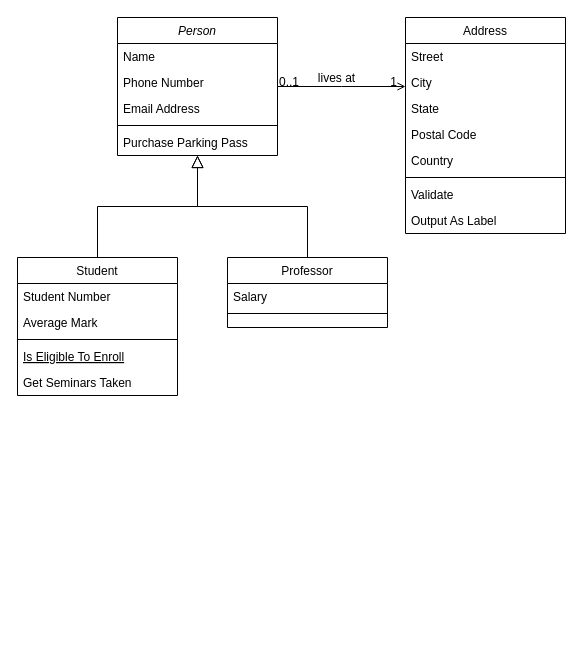
Earlier version of the draw.io diagram Untitled Diagram.drawio (3cmd9/OOPTestBank). Source tidied: cells renumbered, new cells numbered last; positions are measured from the earlier drawing's top-left corner, leaving out a move shared by most shapes. Both pictures are drawn from the tidied source at 100%, with x=0, y=0 at pixel (17, 17).
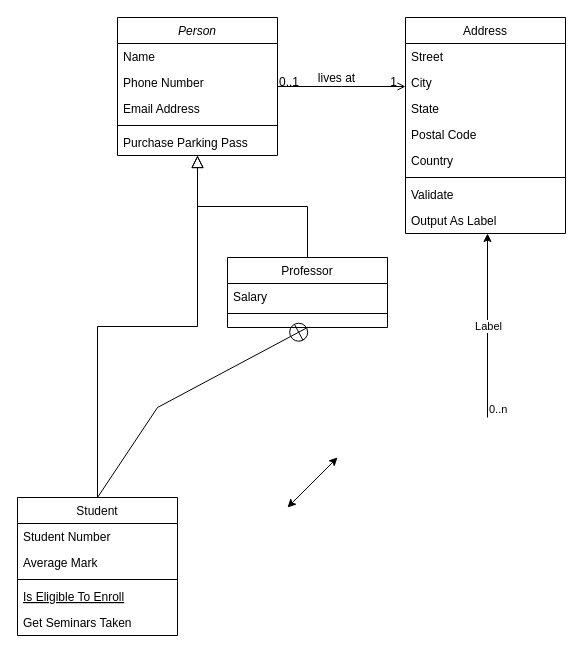
Above is the later version.

The change refers to these unchanged cells:
```xml
<mxCell id="2" value="Person" style="swimlane;fontStyle=2;align=center;verticalAlign=top;horizontal=1;startSize=26;rounded=0;shadow=0;strokeWidth=1;" parent="1" vertex="1">
  <mxGeometry x="100" width="160" height="138" as="geometry" />
</mxCell>
<mxCell id="15" value="Professor" style="swimlane;fontStyle=0;align=center;verticalAlign=top;horizontal=1;startSize=26;rounded=0;shadow=0;strokeWidth=1;" parent="1" vertex="1">
  <mxGeometry x="210" y="240" width="160" height="70" as="geometry" />
</mxCell>
```

Change to the diagram source:
```diff
@@
     <mxCell id="8" value="Student" style="swimlane;fontStyle=0;align=center;verticalAlign=top;horizontal=1;startSize=26;rounded=0;shadow=0;strokeWidth=1;" parent="1" vertex="1">
-      <mxGeometry y="240" width="160" height="138" as="geometry" />
+      <mxGeometry y="480" width="160" height="138" as="geometry" />
     </mxCell>
@@
-    <mxCell id="18" style="endArrow=block;endSize=10;endFill=0;shadow=0;strokeWidth=1;rounded=0;edgeStyle=elbowEdgeStyle;elbow=vertical;" parent="1" edge="1" source="15" target="2">
+    <mxCell id="18" style="endArrow=block;endSize=10;endFill=0;shadow=0;strokeWidth=1;rounded=0;edgeStyle=orthogonalEdgeStyle;elbow=vertical;" parent="1" edge="1" source="15" target="2">
       <mxGeometry relative="1" as="geometry" />
     </mxCell>
@@
+    <mxCell id="32" style="endArrow=circlePlus;startArrow=none;endFill=0;startFill=0;endSize=8;html=1;labelBackgroundColor=none;rounded=0;entryX=0.5;entryY=1;entryDx=0;entryDy=0;exitX=0.5;exitY=0;exitDx=0;exitDy=0;" parent="1" edge="1" source="8" target="15">
+      <mxGeometry relative="1" as="geometry">
+        <Array as="points">
+          <mxPoint x="140" y="390" />
+        </Array>
+      </mxGeometry>
+    </mxCell>
+    <mxCell id="33" style="endArrow=classic;startArrow=classic;html=1;rounded=0;" parent="1" edge="1">
+      <mxGeometry relative="1" as="geometry">
+        <mxPoint x="270" y="490" as="sourcePoint" />
+        <mxPoint x="320" y="440" as="targetPoint" />
+      </mxGeometry>
+    </mxCell>
+    <mxCell id="34" style="endArrow=classic;html=1;rounded=0;" parent="1" edge="1">
+      <mxGeometry relative="1" as="geometry">
+        <mxPoint x="470" y="400" as="sourcePoint" />
+        <mxPoint x="470" y="216" as="targetPoint" />
+      </mxGeometry>
+    </mxCell>
+    <mxCell id="35" value="Label" style="edgeLabel;html=1;align=center;verticalAlign=middle;" parent="34" vertex="1">
+      <mxGeometry relative="1" as="geometry" />
+    </mxCell>
+    <mxCell id="36" value="0..n" style="edgeLabel;html=1;align=left;verticalAlign=bottom;" parent="34" vertex="1">
+      <mxGeometry x="-1" relative="1" as="geometry" />
+    </mxCell>
```
